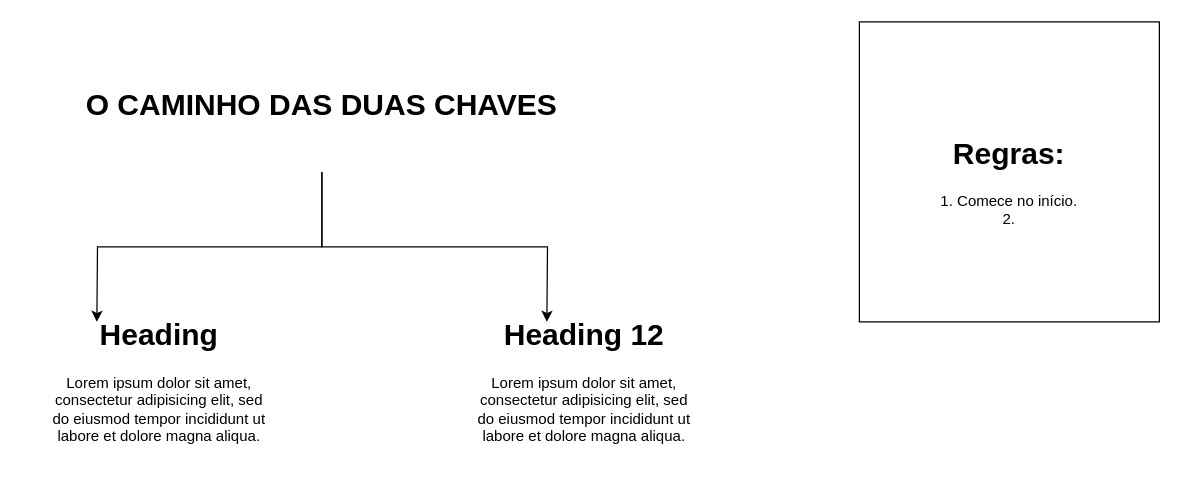
Earlier version of the draw.io diagram info.drawio (Paula-Machado7/o-caminho-das-duas-chaves). Source tidied: cells renumbered, new cells numbered last; positions are measured from the earlier drawing's top-left corner, leaving out a move shared by most shapes. Both pictures are drawn from the tidied source at 125%, with x=0, y=0 at pixel (21, 21).
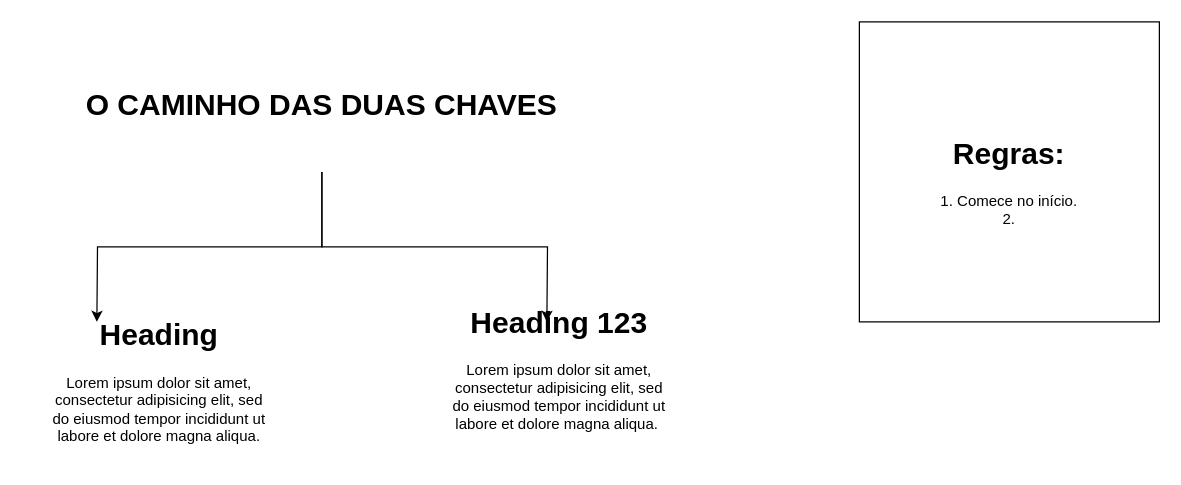
The same diagram, later.

The edit, as a diff of the source:
```diff
@@
 <mxGraphModel>
   <root>
     <mxCell id="0" />
     <mxCell id="1" parent="0" />
     <mxCell id="2" style="edgeStyle=orthogonalEdgeStyle;rounded=0;jettySize=auto;html=1;" parent="1" edge="1" source="4">
       <mxGeometry relative="1" as="geometry">
         <mxPoint x="60" y="240" as="targetPoint" />
       </mxGeometry>
     </mxCell>
     <mxCell id="3" style="edgeStyle=orthogonalEdgeStyle;rounded=0;jettySize=auto;html=1;" parent="1" edge="1" source="4">
       <mxGeometry relative="1" as="geometry">
         <mxPoint x="420" y="240" as="targetPoint" />
       </mxGeometry>
     </mxCell>
     <mxCell id="4" value="&lt;h1&gt;O CAMINHO DAS DUAS CHAVES&lt;/h1&gt;" style="text;html=1;whiteSpace=wrap;overflow=hidden;rounded=0;align=center;" parent="1" vertex="1">
       <mxGeometry y="30" width="480" height="90" as="geometry" />
     </mxCell>
     <mxCell id="5" value="&lt;h1 style=&quot;margin-top: 0px;&quot;&gt;Heading&lt;/h1&gt;&lt;p&gt;Lorem ipsum dolor sit amet, consectetur adipisicing elit, sed do eiusmod tempor incididunt ut labore et dolore magna aliqua.&lt;/p&gt;" style="text;html=1;whiteSpace=wrap;overflow=hidden;rounded=0;align=center;" parent="1" vertex="1">
       <mxGeometry x="20" y="230" width="180" height="120" as="geometry" />
     </mxCell>
-    <mxCell id="6" value="&lt;h1 style=&quot;margin-top: 0px;&quot;&gt;Heading 12&lt;/h1&gt;&lt;p&gt;Lorem ipsum dolor sit amet, consectetur adipisicing elit, sed do eiusmod tempor incididunt ut labore et dolore magna aliqua.&lt;/p&gt;" style="text;html=1;whiteSpace=wrap;overflow=hidden;rounded=0;align=center;" parent="1" vertex="1">
-      <mxGeometry x="360" y="230" width="180" height="120" as="geometry" />
+    <mxCell id="6" value="&lt;h1 style=&quot;margin-top: 0px;&quot;&gt;Heading 123&lt;/h1&gt;&lt;p&gt;Lorem ipsum dolor sit amet, consectetur adipisicing elit, sed do eiusmod tempor incididunt ut labore et dolore magna aliqua.&amp;nbsp;&lt;/p&gt;" style="text;html=1;whiteSpace=wrap;overflow=hidden;rounded=0;align=center;" parent="1" vertex="1">
+      <mxGeometry x="340" y="220" width="180" height="120" as="geometry" />
     </mxCell>
     <mxCell id="7" value="&lt;h1&gt;Regras:&lt;/h1&gt;&lt;div&gt;1. Comece no início.&lt;/div&gt;&lt;div&gt;2.&lt;/div&gt;" style="whiteSpace=wrap;html=1;align=center;" parent="1" vertex="1">
       <mxGeometry x="670" width="240" height="240" as="geometry" />
     </mxCell>
   </root>
 </mxGraphModel>
```
